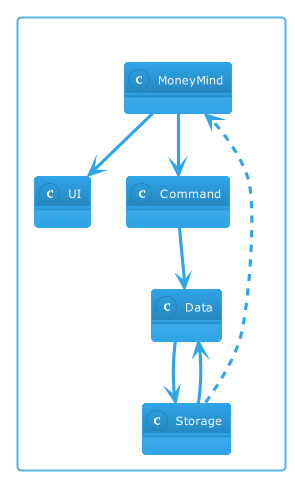
nus-cs2113-AY2223S2/tp keeps this PlantUML diagram as docs/images/ArchitectureDiagram.png. Above is the earlier version.
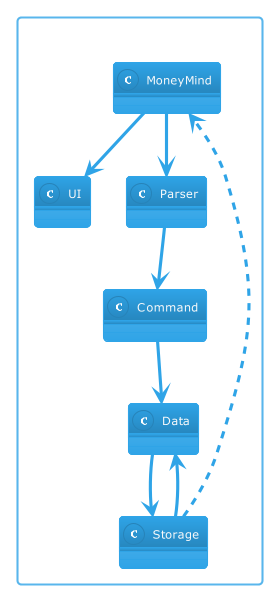
After the commit.

Commit message:
Improve the overall architecture class diagram

Change to the diagram source:
```diff
@@ -10,13 +10,15 @@
     class Storage
     class Command
     class Data
+    class Parser
 }
 
 MoneyMind --> UI
 Storage ..> MoneyMind
 Storage --> Data
 Data --> Storage
-MoneyMind --> Command
+MoneyMind --> Parser
+Parser --> Command
 Command --> Data
 
 @enduml
```
